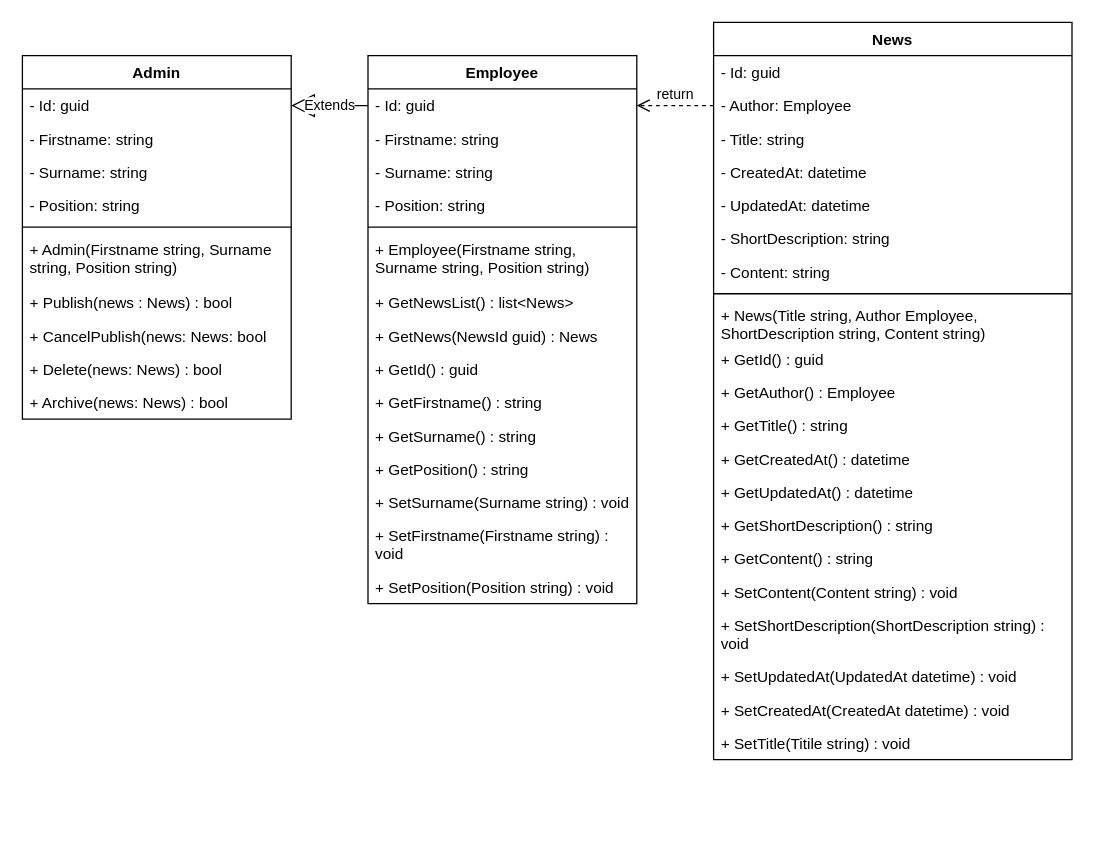
Earlier version of the draw.io diagram Description/Newsfeed/NewsFeedClassDiagram.drawio (Fox5113/corporate-social-system). Source tidied: cells renumbered, new cells numbered last; positions are measured from the earlier drawing's top-left corner, leaving out a move shared by most shapes. Both pictures are drawn from the tidied source at 128%, with x=0, y=0 at pixel (22, 22).
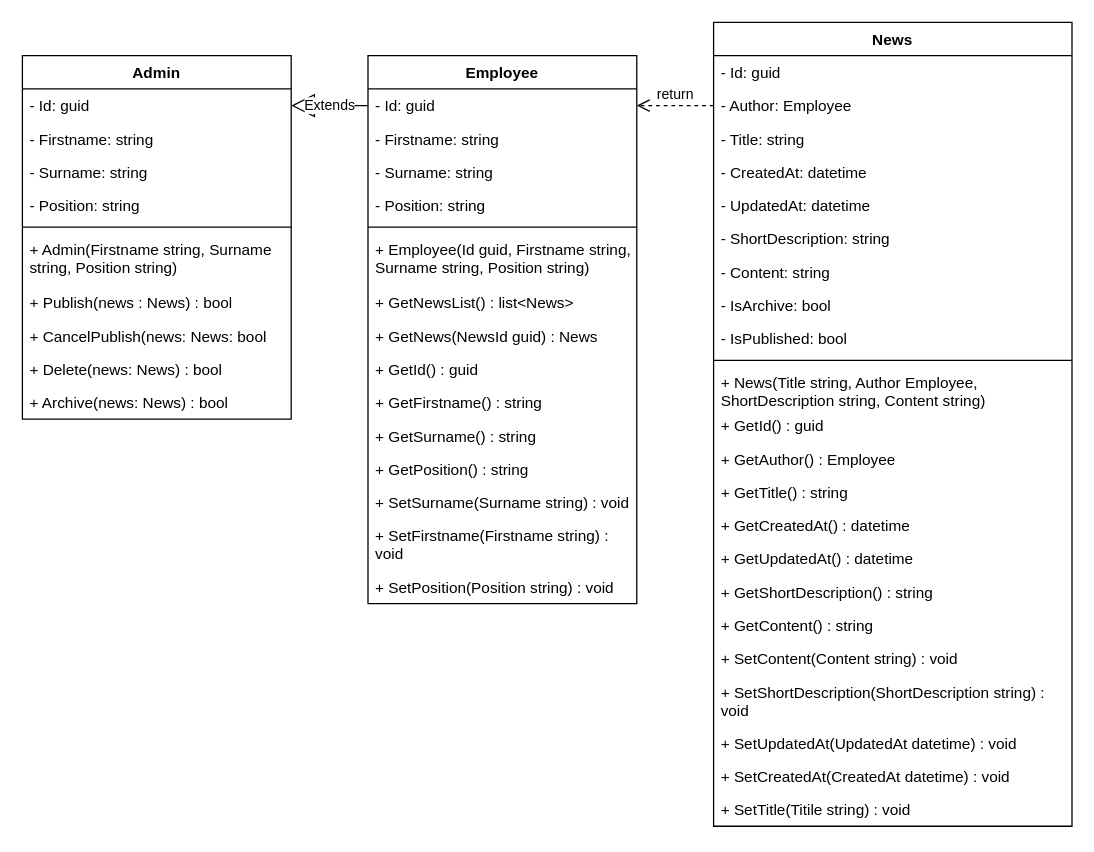
After the change.

The change refers to these unchanged cells:
```xml
<mxCell id="2" value="Employee" style="swimlane;fontStyle=1;align=center;verticalAlign=top;horizontal=1;startSize=26;whiteSpace=wrap;html=1;" parent="1" vertex="1">
  <mxGeometry x="270" y="26" width="210" height="428" as="geometry" />
</mxCell>
```

What changed in the source:
```diff
@@
-    <mxCell id="8" value="+ Employee(Firstname string, Surname string, Position string)" style="text;strokeColor=none;fillColor=none;align=left;verticalAlign=top;spacingLeft=4;spacingRight=4;overflow=hidden;whiteSpace=wrap;html=1;" parent="2" vertex="1">
+    <mxCell id="8" value="+ Employee(Id guid, Firstname string, Surname string, Position string)" style="text;strokeColor=none;fillColor=none;align=left;verticalAlign=top;spacingLeft=4;spacingRight=4;overflow=hidden;whiteSpace=wrap;html=1;" parent="2" vertex="1">
       <mxGeometry y="138" width="210" height="42" as="geometry" />
     </mxCell>
@@
     <mxCell id="18" value="News" style="swimlane;fontStyle=1;align=center;verticalAlign=top;horizontal=1;startSize=26;whiteSpace=wrap;html=1;" parent="1" vertex="1">
-      <mxGeometry x="540" width="280" height="576" as="geometry" />
+      <mxGeometry x="540" width="280" height="628" as="geometry" />
     </mxCell>
@@
+    <mxCell id="53" value="- IsArchive: bool" style="text;strokeColor=none;fillColor=none;align=left;verticalAlign=top;spacingLeft=4;spacingRight=4;overflow=hidden;whiteSpace=wrap;html=1;" parent="18" vertex="1">
+      <mxGeometry y="208" width="280" height="26" as="geometry" />
+    </mxCell>
+    <mxCell id="54" value="- IsPublished: bool" style="text;strokeColor=none;fillColor=none;align=left;verticalAlign=top;spacingLeft=4;spacingRight=4;overflow=hidden;whiteSpace=wrap;html=1;" parent="18" vertex="1">
+      <mxGeometry y="234" width="280" height="26" as="geometry" />
+    </mxCell>
     <mxCell id="26" style="line;strokeWidth=1;fillColor=none;align=left;verticalAlign=middle;spacingTop=-1;spacingLeft=3;spacingRight=3;labelPosition=right;strokeColor=inherit;" parent="18" vertex="1">
-      <mxGeometry y="208" width="280" height="8" as="geometry" />
+      <mxGeometry y="260" width="280" height="8" as="geometry" />
     </mxCell>
     <mxCell id="27" value="+ News(Title string, Author Employee, ShortDescription string, Content string)" style="text;strokeColor=none;fillColor=none;align=left;verticalAlign=top;spacingLeft=4;spacingRight=4;overflow=hidden;whiteSpace=wrap;html=1;" parent="18" vertex="1">
-      <mxGeometry y="216" width="280" height="34" as="geometry" />
+      <mxGeometry y="268" width="280" height="34" as="geometry" />
     </mxCell>
     <mxCell id="28" value="+ GetId() : guid" style="text;strokeColor=none;fillColor=none;align=left;verticalAlign=top;spacingLeft=4;spacingRight=4;overflow=hidden;whiteSpace=wrap;html=1;" parent="18" vertex="1">
-      <mxGeometry y="250" width="280" height="26" as="geometry" />
+      <mxGeometry y="302" width="280" height="26" as="geometry" />
     </mxCell>
     <mxCell id="29" value="+ GetAuthor() : Employee" style="text;strokeColor=none;fillColor=none;align=left;verticalAlign=top;spacingLeft=4;spacingRight=4;overflow=hidden;whiteSpace=wrap;html=1;" parent="18" vertex="1">
-      <mxGeometry y="276" width="280" height="26" as="geometry" />
+      <mxGeometry y="328" width="280" height="26" as="geometry" />
     </mxCell>
     <mxCell id="30" value="+ GetTitle() : string" style="text;strokeColor=none;fillColor=none;align=left;verticalAlign=top;spacingLeft=4;spacingRight=4;overflow=hidden;whiteSpace=wrap;html=1;" parent="18" vertex="1">
-      <mxGeometry y="302" width="280" height="26" as="geometry" />
+      <mxGeometry y="354" width="280" height="26" as="geometry" />
     </mxCell>
     <mxCell id="31" value="+ GetCreatedAt() : datetime" style="text;strokeColor=none;fillColor=none;align=left;verticalAlign=top;spacingLeft=4;spacingRight=4;overflow=hidden;whiteSpace=wrap;html=1;" parent="18" vertex="1">
-      <mxGeometry y="328" width="280" height="26" as="geometry" />
+      <mxGeometry y="380" width="280" height="26" as="geometry" />
     </mxCell>
     <mxCell id="32" value="+ GetUpdatedAt() : datetime" style="text;strokeColor=none;fillColor=none;align=left;verticalAlign=top;spacingLeft=4;spacingRight=4;overflow=hidden;whiteSpace=wrap;html=1;" parent="18" vertex="1">
-      <mxGeometry y="354" width="280" height="26" as="geometry" />
+      <mxGeometry y="406" width="280" height="26" as="geometry" />
     </mxCell>
     <mxCell id="33" value="+ GetShortDescription() : string" style="text;strokeColor=none;fillColor=none;align=left;verticalAlign=top;spacingLeft=4;spacingRight=4;overflow=hidden;whiteSpace=wrap;html=1;" parent="18" vertex="1">
-      <mxGeometry y="380" width="280" height="26" as="geometry" />
+      <mxGeometry y="432" width="280" height="26" as="geometry" />
     </mxCell>
     <mxCell id="34" value="+ GetContent() : string" style="text;strokeColor=none;fillColor=none;align=left;verticalAlign=top;spacingLeft=4;spacingRight=4;overflow=hidden;whiteSpace=wrap;html=1;" parent="18" vertex="1">
-      <mxGeometry y="406" width="280" height="26" as="geometry" />
+      <mxGeometry y="458" width="280" height="26" as="geometry" />
     </mxCell>
     <mxCell id="35" value="+ SetContent(Content string) : void" style="text;strokeColor=none;fillColor=none;align=left;verticalAlign=top;spacingLeft=4;spacingRight=4;overflow=hidden;whiteSpace=wrap;html=1;" parent="18" vertex="1">
-      <mxGeometry y="432" width="280" height="26" as="geometry" />
+      <mxGeometry y="484" width="280" height="26" as="geometry" />
     </mxCell>
     <mxCell id="36" value="+ SetShortDescription(ShortDescription string) : void" style="text;strokeColor=none;fillColor=none;align=left;verticalAlign=top;spacingLeft=4;spacingRight=4;overflow=hidden;whiteSpace=wrap;html=1;" parent="18" vertex="1">
-      <mxGeometry y="458" width="280" height="40" as="geometry" />
+      <mxGeometry y="510" width="280" height="40" as="geometry" />
     </mxCell>
     <mxCell id="37" value="+ SetUpdatedAt(UpdatedAt datetime) : void" style="text;strokeColor=none;fillColor=none;align=left;verticalAlign=top;spacingLeft=4;spacingRight=4;overflow=hidden;whiteSpace=wrap;html=1;" parent="18" vertex="1">
-      <mxGeometry y="498" width="280" height="26" as="geometry" />
+      <mxGeometry y="550" width="280" height="26" as="geometry" />
     </mxCell>
     <mxCell id="38" value="+ SetCreatedAt(CreatedAt datetime) : void" style="text;strokeColor=none;fillColor=none;align=left;verticalAlign=top;spacingLeft=4;spacingRight=4;overflow=hidden;whiteSpace=wrap;html=1;" parent="18" vertex="1">
-      <mxGeometry y="524" width="280" height="26" as="geometry" />
+      <mxGeometry y="576" width="280" height="26" as="geometry" />
     </mxCell>
     <mxCell id="39" value="+ SetTitle(Titile string) : void" style="text;strokeColor=none;fillColor=none;align=left;verticalAlign=top;spacingLeft=4;spacingRight=4;overflow=hidden;whiteSpace=wrap;html=1;" parent="18" vertex="1">
-      <mxGeometry y="550" width="280" height="26" as="geometry" />
+      <mxGeometry y="602" width="280" height="26" as="geometry" />
     </mxCell>
```
